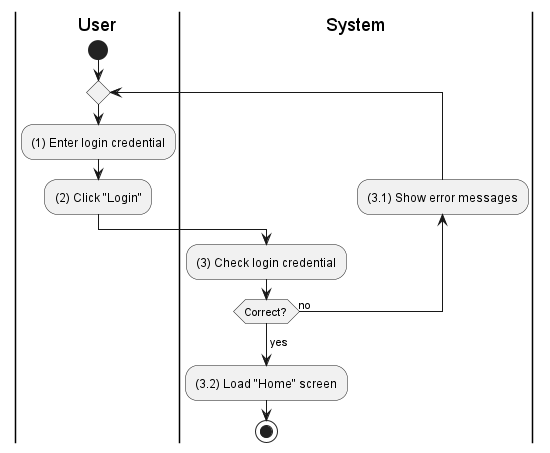
This is activities/my-account-login.png from phihungha/scmss-reqs, a PlantUML export, as it was before one commit. The source it was exported from:
```plantuml
@startuml my-account-login
|u|User
|s|System

|u|
start
repeat
    :(1) Enter login credential;
    :(2) Click "Login";
    |s|
    :(3) Check login credential;
    backward:(3.1) Show error messages;
repeat while (Correct?) is (no)
->yes;
:(3.2) Load "Home" screen;
stop
@enduml
```
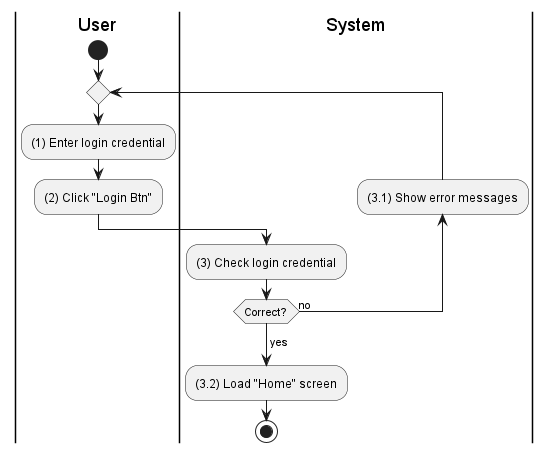
Above is the later version.

Diff of the diagram source:
```diff
@@ -6,7 +6,7 @@
 start
 repeat
     :(1) Enter login credential;
-    :(2) Click "Login";
+    :(2) Click "Login Btn";
     |s|
     :(3) Check login credential;
     backward:(3.1) Show error messages;
```
